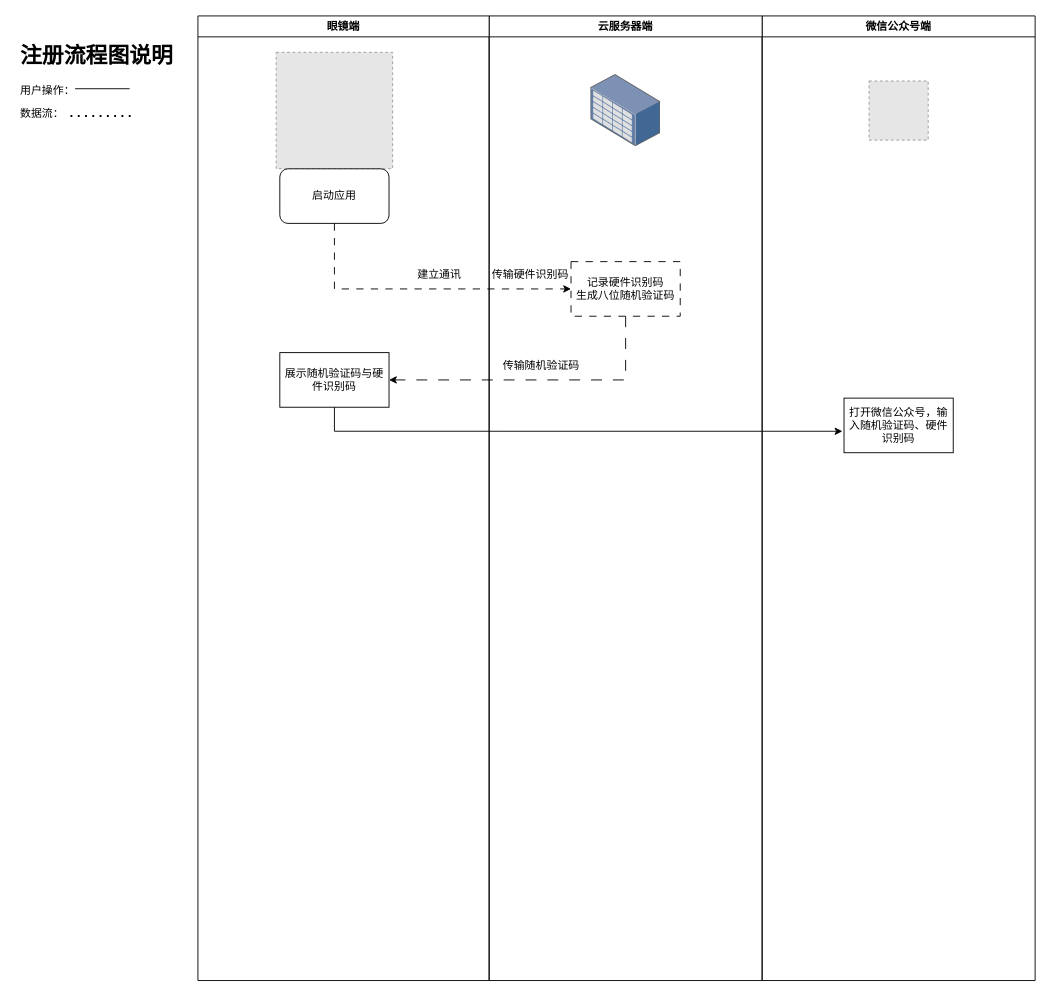
This is page "注册" (3 of 4) of 未命名绘图.drawio from graypuppy/dip, a draw.io file, before an edit. Source tidied: cells renumbered, new cells numbered last; positions are measured from the earlier drawing's top-left corner, leaving out a move shared by most shapes. Both pictures are drawn from the tidied source at 91%, with x=0, y=0 at pixel (15, 15). Pictures stored in the file or linked from it are replaced by grey dashed boxes.
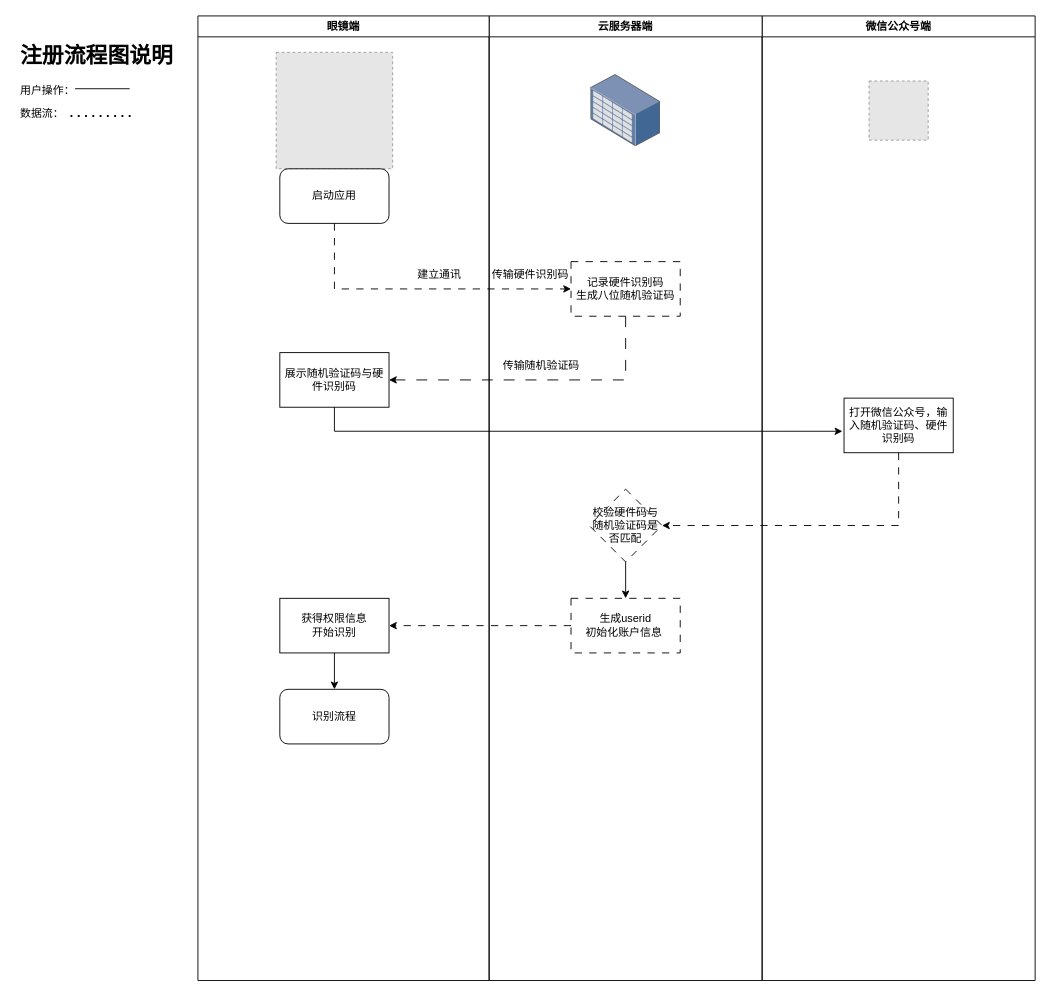
Above is the later version.

Unchanged cells that the change refers to:
```xml
<mxCell id="4" value="打开微信公众号，输入随机验证码、硬件识别码" style="rounded=0;whiteSpace=wrap;html=1;" parent="2" vertex="1">
  <mxGeometry x="90" y="420" width="120" height="60" as="geometry" />
</mxCell>
<mxCell id="5" value="云服务器端" style="swimlane;whiteSpace=wrap;html=1;" parent="1" vertex="1">
  <mxGeometry x="520" width="300" height="1060" as="geometry" />
</mxCell>
<mxCell id="10" value="眼镜端" style="swimlane;whiteSpace=wrap;html=1;" parent="1" vertex="1">
  <mxGeometry x="200" width="320" height="1060" as="geometry" />
</mxCell>
```

The edit, as a diff of the source:
```diff
@@
+    <mxCell id="21" style="edgeStyle=orthogonalEdgeStyle;rounded=0;jettySize=auto;html=1;exitX=0.5;exitY=1;exitDx=0;exitDy=0;" parent="5" edge="1" source="22" target="23">
+      <mxGeometry relative="1" as="geometry" />
+    </mxCell>
+    <mxCell id="22" value="校验硬件码与随机验证码是否匹配" style="rhombus;whiteSpace=wrap;html=1;dashed=1;dashPattern=8 8;" parent="5" vertex="1">
+      <mxGeometry x="110" y="520" width="80" height="80" as="geometry" />
+    </mxCell>
+    <mxCell id="23" value="生成userid&lt;br&gt;初始化账户信息&amp;nbsp;" style="rounded=0;whiteSpace=wrap;html=1;dashed=1;dashPattern=8 8;" parent="5" vertex="1">
+      <mxGeometry x="90" y="640" width="120" height="60" as="geometry" />
+    </mxCell>
@@
+    <mxCell id="24" style="edgeStyle=orthogonalEdgeStyle;rounded=0;jettySize=auto;html=1;exitX=0.5;exitY=1;exitDx=0;exitDy=0;entryX=0.5;entryY=0;entryDx=0;entryDy=0;" parent="10" edge="1" source="25" target="26">
+      <mxGeometry relative="1" as="geometry" />
+    </mxCell>
+    <mxCell id="25" value="获得权限信息&lt;br&gt;开始识别" style="rounded=0;whiteSpace=wrap;html=1;" parent="10" vertex="1">
+      <mxGeometry x="90" y="640" width="120" height="60" as="geometry" />
+    </mxCell>
+    <mxCell id="26" value="识别流程" style="rounded=1;whiteSpace=wrap;html=1;" parent="10" vertex="1">
+      <mxGeometry x="90" y="740" width="120" height="60" as="geometry" />
+    </mxCell>
@@
+    <mxCell id="27" style="edgeStyle=orthogonalEdgeStyle;rounded=0;jettySize=auto;html=1;exitX=0.5;exitY=1;exitDx=0;exitDy=0;entryX=1;entryY=0.5;entryDx=0;entryDy=0;dashed=1;dashPattern=8 8;" parent="1" edge="1" source="4" target="22">
+      <mxGeometry relative="1" as="geometry" />
+    </mxCell>
+    <mxCell id="28" style="edgeStyle=orthogonalEdgeStyle;rounded=0;jettySize=auto;html=1;exitX=0;exitY=0.5;exitDx=0;exitDy=0;entryX=1;entryY=0.5;entryDx=0;entryDy=0;dashed=1;dashPattern=8 8;" parent="1" edge="1" source="23" target="25">
+      <mxGeometry relative="1" as="geometry" />
+    </mxCell>
```
